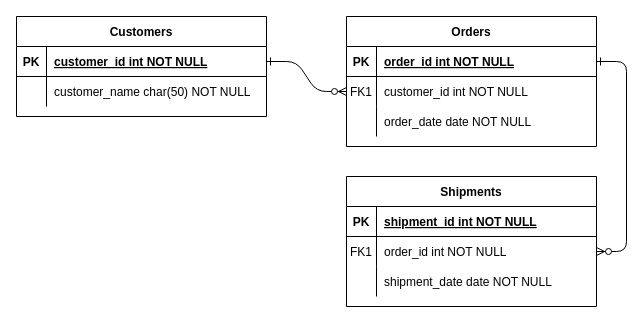
The draw.io diagram Untitled Diagram.drawio in Panhavath/cv, before the edit. Source tidied: cells renumbered, new cells numbered last; positions are measured from the earlier drawing's top-left corner, leaving out a move shared by most shapes. Both pictures are drawn from the tidied source at 100%, with x=0, y=0 at pixel (16, 16).
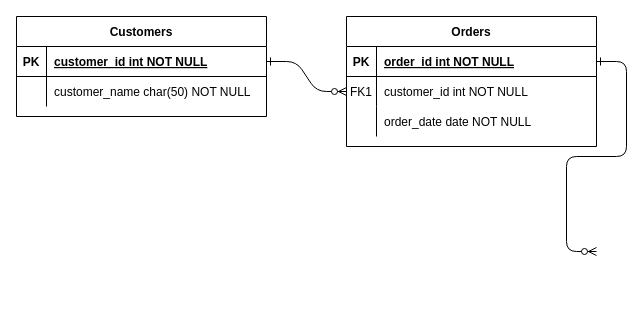
After the change.

The change refers to these unchanged cells:
```xml
<mxCell id="5" style="shape=partialRectangle;fillColor=none;points=[[0,0.5],[1,0.5]];portConstraint=eastwest;top=0;left=0;right=0;bottom=1;" parent="4" vertex="1">
  <mxGeometry y="30" width="250" height="30" as="geometry" />
</mxCell>
```

Change to the diagram source:
```diff
@@
-    <mxCell id="3" style="edgeStyle=entityRelationEdgeStyle;endArrow=ERzeroToMany;startArrow=ERone;endFill=1;startFill=0;" parent="1" edge="1" source="5" target="18">
-      <mxGeometry relative="1" as="geometry" />
+    <mxCell id="3" style="edgeStyle=entityRelationEdgeStyle;endArrow=ERzeroToMany;startArrow=ERone;endFill=1;startFill=0;" parent="1" edge="1" source="5">
+      <mxGeometry relative="1" as="geometry">
+        <mxPoint x="580" y="235" as="targetPoint" />
+      </mxGeometry>
     </mxCell>
@@
-    <mxCell id="14" value="Shipments" style="shape=table;startSize=30;childLayout=tableLayout;rowLines=0;fontStyle=1;align=center;" parent="1" vertex="1">
-      <mxGeometry x="330" y="160" width="250" height="130" as="geometry" />
-    </mxCell>
-    <mxCell id="15" style="shape=partialRectangle;fillColor=none;top=0;left=0;right=0;bottom=1;" parent="14" vertex="1">
-      <mxGeometry y="30" width="250" height="30" as="geometry" />
-    </mxCell>
-    <mxCell id="16" value="PK" style="shape=partialRectangle;overflow=hidden;fillColor=none;top=0;left=0;bottom=0;right=0;fontStyle=1;" parent="15" vertex="1">
-      <mxGeometry width="30" height="30" as="geometry" />
-    </mxCell>
-    <mxCell id="17" value="shipment_id int NOT NULL " style="shape=partialRectangle;overflow=hidden;fillColor=none;top=0;left=0;bottom=0;right=0;align=left;spacingLeft=6;fontStyle=5;" parent="15" vertex="1">
-      <mxGeometry x="30" width="220" height="30" as="geometry" />
-    </mxCell>
-    <mxCell id="18" style="shape=partialRectangle;fillColor=none;points=[[0,0.5],[1,0.5]];portConstraint=eastwest;top=0;left=0;right=0;bottom=0;" parent="14" vertex="1">
-      <mxGeometry y="60" width="250" height="30" as="geometry" />
-    </mxCell>
-    <mxCell id="19" value="FK1" style="shape=partialRectangle;overflow=hidden;fillColor=none;top=0;left=0;bottom=0;right=0;" parent="18" vertex="1">
-      <mxGeometry width="30" height="30" as="geometry" />
-    </mxCell>
-    <mxCell id="20" value="order_id int NOT NULL" style="shape=partialRectangle;overflow=hidden;fillColor=none;top=0;left=0;bottom=0;right=0;align=left;spacingLeft=6;" parent="18" vertex="1">
-      <mxGeometry x="30" width="220" height="30" as="geometry" />
-    </mxCell>
-    <mxCell id="21" style="shape=partialRectangle;fillColor=none;top=0;left=0;right=0;bottom=0;" parent="14" vertex="1">
-      <mxGeometry y="90" width="250" height="30" as="geometry" />
-    </mxCell>
-    <mxCell id="22" style="shape=partialRectangle;overflow=hidden;fillColor=none;top=0;left=0;bottom=0;right=0;" parent="21" vertex="1">
-      <mxGeometry width="30" height="30" as="geometry" />
-    </mxCell>
-    <mxCell id="23" value="shipment_date date NOT NULL" style="shape=partialRectangle;overflow=hidden;fillColor=none;top=0;left=0;bottom=0;right=0;align=left;spacingLeft=6;" parent="21" vertex="1">
-      <mxGeometry x="30" width="220" height="30" as="geometry" />
-    </mxCell>
```
